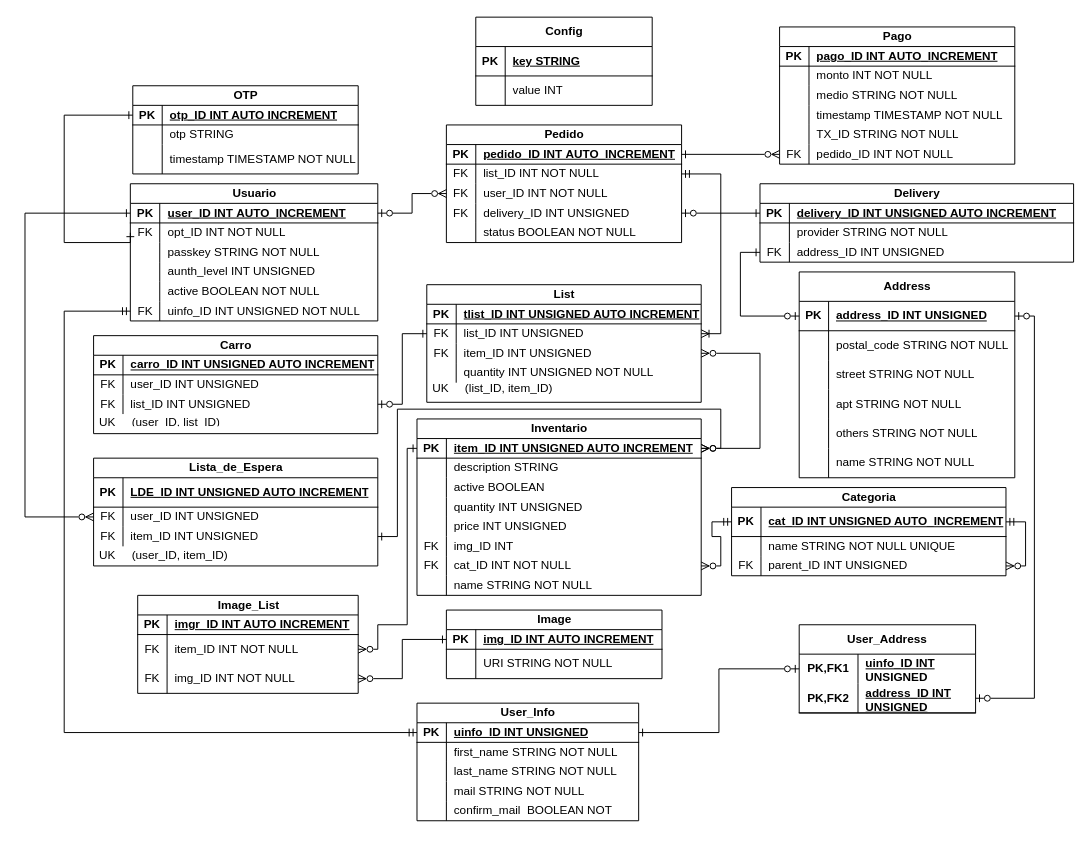
Earlier version of the draw.io diagram back/src/main/java/com/uade/entity/EsquemaDB.drawio (nadie209x33/Marketplace). Source tidied: cells renumbered, new cells numbered last; positions are measured from the earlier drawing's top-left corner, leaving out a move shared by most shapes. Both pictures are drawn from the tidied source at 98%, with x=0, y=0 at pixel (24, 17).
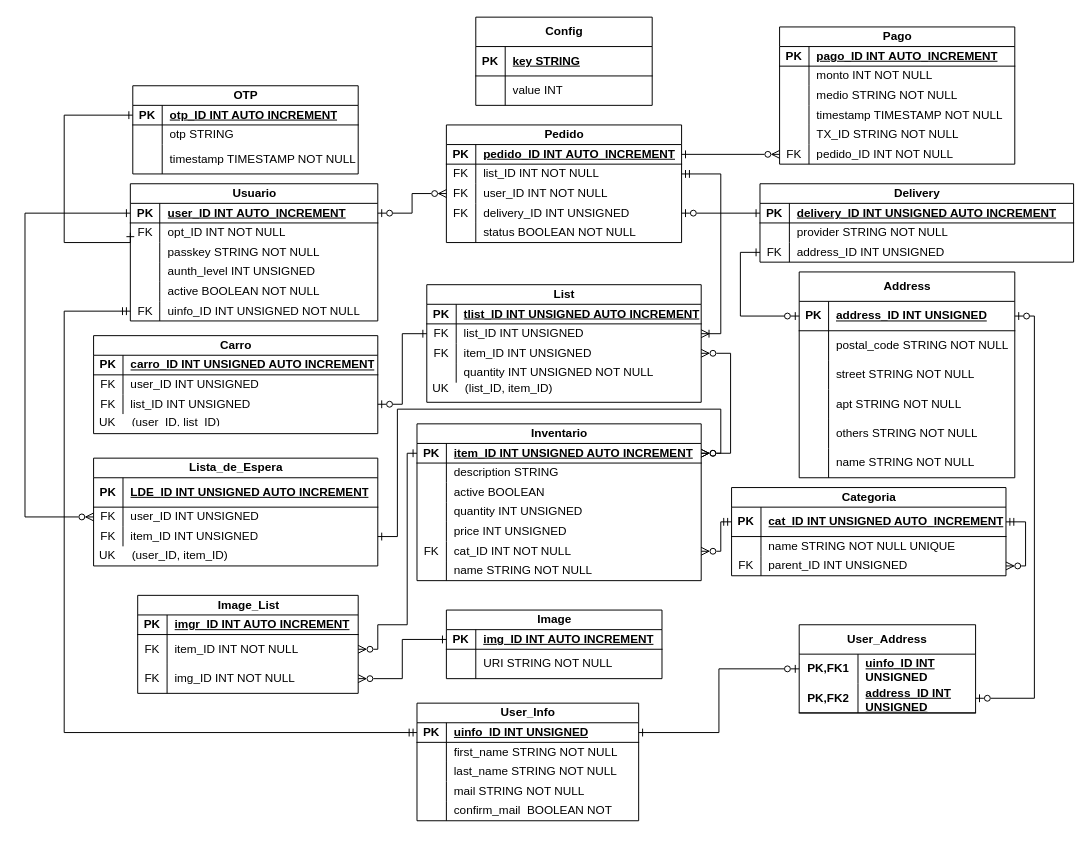
The same diagram, later.

Commit message:
Cambio menor al esquema de la base de datos

Unchanged cells that the change refers to:
```xml
<mxCell id="68" style="shape=tableRow;horizontal=0;startSize=0;swimlaneHead=0;swimlaneBody=0;fillColor=none;points=[[0,0.5],[1,0.5]];portConstraint=eastwest;top=0;left=0;right=0;bottom=1;" parent="67" vertex="1">
  <mxGeometry y="20" width="290" height="20" as="geometry" />
</mxCell>
<mxCell id="167" style="shape=tableRow;horizontal=0;startSize=0;swimlaneHead=0;swimlaneBody=0;fillColor=none;points=[[0,0.5],[1,0.5]];portConstraint=eastwest;top=0;left=0;right=0;bottom=0;" parent="160" vertex="1">
  <mxGeometry y="60" width="280" height="20" as="geometry" />
</mxCell>
<mxCell id="188" style="shape=tableRow;horizontal=0;startSize=0;swimlaneHead=0;swimlaneBody=0;fillColor=none;points=[[0,0.5],[1,0.5]];portConstraint=eastwest;top=0;left=0;right=0;bottom=0;" parent="181" vertex="1">
  <mxGeometry y="70" width="290" height="20" as="geometry" />
</mxCell>
<mxCell id="222" style="shape=tableRow;horizontal=0;startSize=0;swimlaneHead=0;swimlaneBody=0;fillColor=none;points=[[0,0.5],[1,0.5]];portConstraint=eastwest;top=0;left=0;right=0;bottom=0;" parent="218" vertex="1">
  <mxGeometry y="40" width="225" height="30" as="geometry" />
</mxCell>
```

What changed in the source:
```diff
@@
     <mxCell id="67" value="Inventario" style="shape=table;startSize=20;childLayout=tableLayout;rowLines=0;fontStyle=1;align=center;html=1;" parent="1" vertex="1">
-      <mxGeometry x="400" y="410" width="290" height="180" as="geometry" />
+      <mxGeometry x="400" y="415" width="290" height="160" as="geometry" />
     </mxCell>
@@
-    <mxCell id="83" style="shape=tableRow;horizontal=0;startSize=0;swimlaneHead=0;swimlaneBody=0;fillColor=none;top=0;left=0;right=0;bottom=0;" parent="67" vertex="1">
-      <mxGeometry y="120" width="290" height="20" as="geometry" />
-    </mxCell>
-    <mxCell id="84" value="FK" style="shape=partialRectangle;fillColor=none;top=0;left=0;bottom=0;right=0;overflow=hidden;whiteSpace=wrap;html=1;" parent="83" vertex="1">
-      <mxGeometry width="30" height="20" as="geometry" />
-    </mxCell>
-    <mxCell id="85" value="img_ID INT" style="shape=partialRectangle;fillColor=none;top=0;left=0;bottom=0;right=0;align=left;spacingLeft=6;overflow=hidden;whiteSpace=wrap;html=1;" parent="83" vertex="1">
-      <mxGeometry x="30" width="260" height="20" as="geometry" />
-    </mxCell>
     <mxCell id="86" style="shape=tableRow;horizontal=0;startSize=0;swimlaneHead=0;swimlaneBody=0;fillColor=none;points=[[0,0.5],[1,0.5]];portConstraint=eastwest;top=0;left=0;right=0;bottom=0;" parent="67" vertex="1">
-      <mxGeometry y="140" width="290" height="20" as="geometry" />
+      <mxGeometry y="120" width="290" height="20" as="geometry" />
     </mxCell>
@@
     <mxCell id="89" style="shape=tableRow;horizontal=0;startSize=0;swimlaneHead=0;swimlaneBody=0;fillColor=none;top=0;left=0;right=0;bottom=0;" parent="67" vertex="1">
-      <mxGeometry y="160" width="290" height="20" as="geometry" />
+      <mxGeometry y="140" width="290" height="20" as="geometry" />
     </mxCell>
@@
     <mxCell id="202" style="edgeStyle=orthogonalEdgeStyle;rounded=0;jettySize=auto;html=1;exitX=1;exitY=0.5;exitDx=0;exitDy=0;entryX=1;entryY=0.5;entryDx=0;entryDy=0;startArrow=ERzeroToMany;startFill=0;endArrow=ERzeroToMany;endFill=0;" parent="1" edge="1" source="68" target="167">
       <mxGeometry relative="1" as="geometry">
         <Array as="points">
-          <mxPoint x="750" y="440" />
-          <mxPoint x="750" y="343" />
+          <mxPoint x="720" y="445" />
+          <mxPoint x="720" y="343" />
         </Array>
       </mxGeometry>
     </mxCell>
@@
     <mxCell id="205" style="edgeStyle=orthogonalEdgeStyle;rounded=0;jettySize=auto;html=1;exitX=1;exitY=0.5;exitDx=0;exitDy=0;entryX=1;entryY=0.5;entryDx=0;entryDy=0;startArrow=ERzeroToMany;startFill=0;endArrow=ERone;endFill=0;" parent="1" edge="1" source="68" target="188">
       <mxGeometry relative="1" as="geometry">
         <Array as="points">
-          <mxPoint x="710" y="440" />
+          <mxPoint x="710" y="445" />
           <mxPoint x="710" y="400" />
           <mxPoint x="380" y="400" />
           <mxPoint x="380" y="530" />
         </Array>
       </mxGeometry>
     </mxCell>
@@
     <mxCell id="229" style="edgeStyle=orthogonalEdgeStyle;rounded=0;jettySize=auto;html=1;exitX=0;exitY=0.5;exitDx=0;exitDy=0;entryX=1;entryY=0.5;entryDx=0;entryDy=0;startArrow=ERone;startFill=0;endArrow=ERzeroToMany;endFill=0;" parent="1" edge="1" source="68" target="222">
       <mxGeometry relative="1" as="geometry">
         <Array as="points">
-          <mxPoint x="390" y="440" />
+          <mxPoint x="390" y="445" />
           <mxPoint x="390" y="620" />
           <mxPoint x="360" y="620" />
           <mxPoint x="360" y="645" />
         </Array>
       </mxGeometry>
     </mxCell>
```
